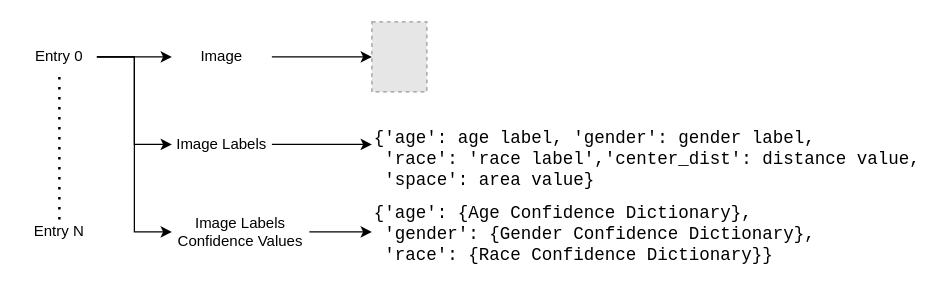
Before: FYP - Thesis Write Up/FYP-MetricDictionaryStructure.drawio in Jer0me123/FYP, a draw.io diagram. Source tidied: cells renumbered, new cells numbered last; positions are measured from the earlier drawing's top-left corner, leaving out a move shared by most shapes. Both pictures are drawn from the tidied source at 125%, with x=0, y=0 at pixel (21, 21). Pictures stored in the file or linked from it are replaced by grey dashed boxes.
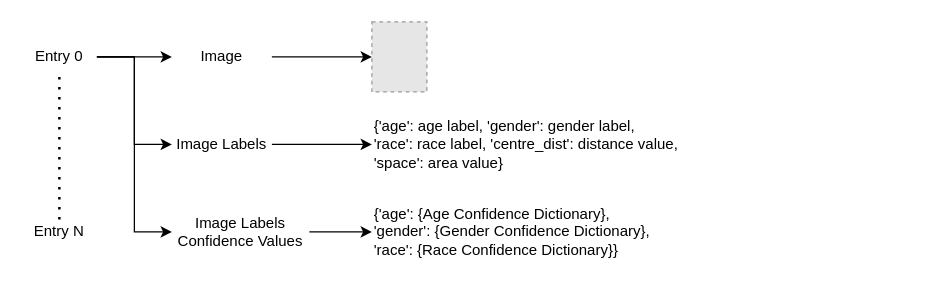
After the change.

The change refers to these unchanged cells:
```xml
<mxCell id="10" value="Image Labels&lt;div&gt;Confidence Values&lt;/div&gt;" style="text;html=1;align=center;verticalAlign=middle;whiteSpace=wrap;rounded=0;" parent="1" vertex="1">
  <mxGeometry x="120" y="158" width="110" height="20" as="geometry" />
</mxCell>
<mxCell id="16" value="Image Labels" style="text;html=1;align=center;verticalAlign=middle;whiteSpace=wrap;rounded=0;" parent="1" vertex="1">
  <mxGeometry x="120" y="88" width="80" height="20" as="geometry" />
</mxCell>
```

The edit, as a diff of the source:
```diff
@@
-    <mxCell id="8" style="edgeStyle=orthogonalEdgeStyle;rounded=0;jettySize=auto;html=1;entryX=0;entryY=0.5;entryDx=0;entryDy=0;" parent="1" edge="1" source="16" target="12">
-      <mxGeometry relative="1" as="geometry" />
-    </mxCell>
-    <mxCell id="9" style="edgeStyle=orthogonalEdgeStyle;rounded=0;jettySize=auto;html=1;entryX=0;entryY=0.5;entryDx=0;entryDy=0;" parent="1" edge="1" source="10" target="13">
-      <mxGeometry relative="1" as="geometry" />
-    </mxCell>
+    <mxCell id="17" style="edgeStyle=orthogonalEdgeStyle;rounded=0;jettySize=auto;html=1;entryX=0;entryY=0.5;entryDx=0;entryDy=0;" parent="1" edge="1" source="10" target="20">
+      <mxGeometry relative="1" as="geometry" />
+    </mxCell>
@@
-    <mxCell id="12" value="&lt;span style=&quot;font-family: Consolas, &amp;quot;Courier New&amp;quot;, monospace; font-size: 14px; font-style: normal; font-variant-ligatures: normal; font-variant-caps: normal; font-weight: 400; letter-spacing: normal; orphans: 2; text-align: start; text-indent: 0px; text-transform: none; widows: 2; word-spacing: 0px; -webkit-text-stroke-width: 0px; white-space: pre; text-decoration-thickness: initial; text-decoration-style: initial; text-decoration-color: initial;&quot;&gt;{'age': age label, &lt;/span&gt;&lt;span style=&quot;font-family: Consolas, &amp;quot;Courier New&amp;quot;, monospace; font-size: 14px; font-style: normal; font-variant-ligatures: normal; font-variant-caps: normal; font-weight: 400; letter-spacing: normal; orphans: 2; text-align: start; text-indent: 0px; text-transform: none; widows: 2; word-spacing: 0px; -webkit-text-stroke-width: 0px; white-space: pre; text-decoration-thickness: initial; text-decoration-style: initial; text-decoration-color: initial;&quot;&gt;'gender': gender label,&lt;br&gt;&lt;/span&gt;&lt;span style=&quot;font-family: Consolas, &amp;quot;Courier New&amp;quot;, monospace; font-size: 14px; font-style: normal; font-variant-ligatures: normal; font-variant-caps: normal; font-weight: 400; letter-spacing: normal; orphans: 2; text-align: start; text-indent: 0px; text-transform: none; widows: 2; word-spacing: 0px; -webkit-text-stroke-width: 0px; white-space: pre; text-decoration-thickness: initial; text-decoration-style: initial; text-decoration-color: initial;&quot;&gt; 'race': 'race label',&lt;/span&gt;&lt;span style=&quot;font-family: Consolas, &amp;quot;Courier New&amp;quot;, monospace; font-size: 14px; font-style: normal; font-variant-ligatures: normal; font-variant-caps: normal; font-weight: 400; letter-spacing: normal; orphans: 2; text-align: start; text-indent: 0px; text-transform: none; widows: 2; word-spacing: 0px; -webkit-text-stroke-width: 0px; white-space: pre; text-decoration-thickness: initial; text-decoration-style: initial; text-decoration-color: initial;&quot;&gt;'center_dist': distance value,&lt;/span&gt;&lt;div&gt;&lt;span style=&quot;font-family: Consolas, &amp;quot;Courier New&amp;quot;, monospace; font-size: 14px; font-style: normal; font-variant-ligatures: normal; font-variant-caps: normal; font-weight: 400; letter-spacing: normal; orphans: 2; text-align: start; text-indent: 0px; text-transform: none; widows: 2; word-spacing: 0px; -webkit-text-stroke-width: 0px; white-space: pre; text-decoration-thickness: initial; text-decoration-style: initial; text-decoration-color: initial;&quot;&gt; &lt;/span&gt;&lt;span style=&quot;font-family: Consolas, &amp;quot;Courier New&amp;quot;, monospace; font-size: 14px; font-style: normal; font-variant-ligatures: normal; font-variant-caps: normal; font-weight: 400; letter-spacing: normal; orphans: 2; text-align: start; text-indent: 0px; text-transform: none; widows: 2; word-spacing: 0px; -webkit-text-stroke-width: 0px; white-space: pre; text-decoration-thickness: initial; text-decoration-style: initial; text-decoration-color: initial;&quot;&gt;'space': area value}&lt;/span&gt;&lt;/div&gt;" style="text;whiteSpace=wrap;html=1;" parent="1" vertex="1">
-      <mxGeometry x="280" y="78" width="400" height="40" as="geometry" />
-    </mxCell>
-    <mxCell id="13" value="&lt;span style=&quot;font-family: Consolas, &amp;quot;Courier New&amp;quot;, monospace; font-size: 14px; font-style: normal; font-variant-ligatures: normal; font-variant-caps: normal; font-weight: 400; letter-spacing: normal; orphans: 2; text-align: start; text-indent: 0px; text-transform: none; widows: 2; word-spacing: 0px; -webkit-text-stroke-width: 0px; white-space: pre; text-decoration-thickness: initial; text-decoration-style: initial; text-decoration-color: initial;&quot;&gt;{'age': {Age Confidence Dictionary&lt;/span&gt;&lt;span style=&quot;font-family: Consolas, &amp;quot;Courier New&amp;quot;, monospace; font-size: 14px; font-style: normal; font-variant-ligatures: normal; font-variant-caps: normal; font-weight: 400; letter-spacing: normal; orphans: 2; text-align: start; text-indent: 0px; text-transform: none; widows: 2; word-spacing: 0px; -webkit-text-stroke-width: 0px; white-space: pre; text-decoration-thickness: initial; text-decoration-style: initial; text-decoration-color: initial;&quot;&gt;},&lt;br&gt;&lt;/span&gt;&lt;span style=&quot;font-family: Consolas, &amp;quot;Courier New&amp;quot;, monospace; font-size: 14px; font-style: normal; font-variant-ligatures: normal; font-variant-caps: normal; font-weight: 400; letter-spacing: normal; orphans: 2; text-align: start; text-indent: 0px; text-transform: none; widows: 2; word-spacing: 0px; -webkit-text-stroke-width: 0px; white-space: pre; text-decoration-thickness: initial; text-decoration-style: initial; text-decoration-color: initial;&quot;&gt; 'gender': {Gender Confidence Dictionary},&lt;br&gt;&lt;/span&gt;&lt;span style=&quot;font-family: Consolas, &amp;quot;Courier New&amp;quot;, monospace; font-size: 14px; font-style: normal; font-variant-ligatures: normal; font-variant-caps: normal; font-weight: 400; letter-spacing: normal; orphans: 2; text-align: start; text-indent: 0px; text-transform: none; widows: 2; word-spacing: 0px; -webkit-text-stroke-width: 0px; white-space: pre; text-decoration-thickness: initial; text-decoration-style: initial; text-decoration-color: initial;&quot;&gt; 'race': {&lt;/span&gt;&lt;span style=&quot;font-family: Consolas, &amp;quot;Courier New&amp;quot;, monospace; font-size: 14px; white-space: pre;&quot;&gt;Race Confidence Dictionary}&lt;/span&gt;&lt;span style=&quot;font-family: Consolas, &amp;quot;Courier New&amp;quot;, monospace; font-size: 14px; font-style: normal; font-variant-ligatures: normal; font-variant-caps: normal; font-weight: 400; letter-spacing: normal; orphans: 2; text-align: start; text-indent: 0px; text-transform: none; widows: 2; word-spacing: 0px; -webkit-text-stroke-width: 0px; white-space: pre; text-decoration-thickness: initial; text-decoration-style: initial; text-decoration-color: initial;&quot;&gt;}&lt;/span&gt;" style="text;whiteSpace=wrap;html=1;" parent="1" vertex="1">
-      <mxGeometry x="280" y="138" width="330" height="60" as="geometry" />
-    </mxCell>
@@
+    <mxCell id="18" style="edgeStyle=orthogonalEdgeStyle;rounded=0;jettySize=auto;html=1;entryX=0;entryY=0.5;entryDx=0;entryDy=0;" parent="1" edge="1" source="16" target="19">
+      <mxGeometry relative="1" as="geometry" />
+    </mxCell>
@@
+    <mxCell id="19" value="{'age': age label, 'gender': gender label,&amp;nbsp;&lt;div&gt;'race': race label, 'centre_dist': distance value,&amp;nbsp;&lt;/div&gt;&lt;div&gt;'space': area value}&lt;/div&gt;" style="text;html=1;align=left;verticalAlign=middle;whiteSpace=wrap;rounded=0;" parent="1" vertex="1">
+      <mxGeometry x="280" y="88" width="350" height="20" as="geometry" />
+    </mxCell>
+    <mxCell id="20" value="{'age': {Age Confidence Dictionary},&amp;nbsp;&lt;div&gt;'gender': {Gender Confidence Dictionary},&amp;nbsp;&lt;/div&gt;&lt;div&gt;'race': {Race Confidence Dictionary}}&lt;/div&gt;" style="text;html=1;align=left;verticalAlign=middle;whiteSpace=wrap;rounded=0;" parent="1" vertex="1">
+      <mxGeometry x="280" y="158" width="350" height="20" as="geometry" />
+    </mxCell>
```
